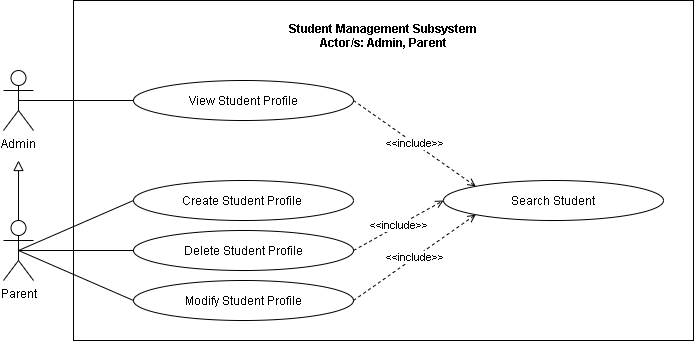
mrklglsn/CAPSTONE-FILES keeps this draw.io diagram as REVISIONS/UML-DIAGRAMS/6-28-2021/USE CASE/1-SMS.png. Above is the earlier version. Source tidied: cells renumbered, new cells last; positions are measured from the earlier drawing's top-left corner, leaving out a move shared by most shapes.
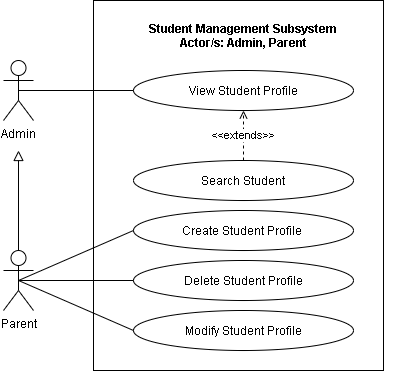
After the change.

What changed in the source:
```diff
@@ -3,7 +3,7 @@
     <mxCell id="0" />
     <mxCell id="1" parent="0" />
     <mxCell id="2" style="html=1;fillColor=none;" parent="1" vertex="1">
-      <mxGeometry x="70" width="620" height="340" as="geometry" />
+      <mxGeometry x="90" y="10" width="290" height="370" as="geometry" />
     </mxCell>
     <mxCell id="3" style="edgeStyle=none;rounded=0;jumpStyle=arc;jumpSize=14;jettySize=auto;html=1;exitX=0.5;exitY=0.5;exitDx=0;exitDy=0;exitPerimeter=0;entryX=0;entryY=0.5;entryDx=0;entryDy=0;startArrow=none;startFill=0;endArrow=none;endFill=0;startSize=11;endSize=11;" parent="1" edge="1" source="7" target="11">
       <mxGeometry relative="1" as="geometry" />
@@ -20,7 +20,7 @@
       </mxGeometry>
     </mxCell>
     <mxCell id="7" value="Parent" style="shape=umlActor;verticalLabelPosition=bottom;verticalAlign=top;html=1;fillColor=none;" parent="1" vertex="1">
-      <mxGeometry y="220" width="30" height="60" as="geometry" />
+      <mxGeometry y="260" width="30" height="60" as="geometry" />
     </mxCell>
     <mxCell id="8" style="edgeStyle=none;rounded=0;jettySize=auto;html=1;exitX=0.5;exitY=0.5;exitDx=0;exitDy=0;exitPerimeter=0;entryX=0;entryY=0.5;entryDx=0;entryDy=0;endArrow=none;endFill=0;jumpStyle=arc;jumpSize=10;" parent="1" edge="1" source="9" target="13">
       <mxGeometry relative="1" as="geometry" />
@@ -29,31 +29,25 @@
       <mxGeometry y="70" width="30" height="60" as="geometry" />
     </mxCell>
     <mxCell id="10" value="Student Management Subsystem&#10;Actor/s: Admin, Parent" style="text;align=center;fontStyle=1;verticalAlign=middle;spacingLeft=3;spacingRight=3;strokeColor=none;fillColor=none;" parent="1" vertex="1">
-      <mxGeometry x="220" y="20" width="320" height="30" as="geometry" />
+      <mxGeometry x="80" y="30" width="320" height="30" as="geometry" />
     </mxCell>
     <mxCell id="11" value="Create Student Profile&amp;nbsp;" style="ellipse;whiteSpace=wrap;html=1;fillColor=none;" parent="1" vertex="1">
-      <mxGeometry x="130" y="180" width="220" height="40" as="geometry" />
+      <mxGeometry x="130" y="220" width="220" height="40" as="geometry" />
     </mxCell>
-    <mxCell id="12" value="&amp;lt;&amp;lt;include&amp;gt;&amp;gt;" style="edgeStyle=none;rounded=0;jumpStyle=arc;jumpSize=10;jettySize=auto;html=1;exitX=1;exitY=0.5;exitDx=0;exitDy=0;entryX=0;entryY=0;entryDx=0;entryDy=0;dashed=1;endArrow=open;endFill=0;" parent="1" edge="1" source="13" target="18">
+    <mxCell id="12" value="&amp;lt;&amp;lt;extends&amp;gt;&amp;gt;" style="edgeStyle=none;rounded=0;jumpStyle=arc;jumpSize=10;jettySize=auto;html=1;exitX=0.5;exitY=0;exitDx=0;exitDy=0;entryX=0.5;entryY=1;entryDx=0;entryDy=0;dashed=1;endArrow=open;endFill=0;" parent="1" edge="1" source="18" target="13">
       <mxGeometry relative="1" as="geometry" />
     </mxCell>
     <mxCell id="13" value="View Student Profile" style="ellipse;whiteSpace=wrap;html=1;fillColor=none;" parent="1" vertex="1">
       <mxGeometry x="130" y="80" width="220" height="40" as="geometry" />
     </mxCell>
-    <mxCell id="14" value="&amp;lt;&amp;lt;include&amp;gt;&amp;gt;" style="edgeStyle=none;rounded=0;jumpStyle=arc;jumpSize=10;jettySize=auto;html=1;exitX=1;exitY=0.5;exitDx=0;exitDy=0;entryX=0;entryY=1;entryDx=0;entryDy=0;dashed=1;endArrow=open;endFill=0;" parent="1" edge="1" source="15" target="18">
-      <mxGeometry relative="1" as="geometry" />
-    </mxCell>
     <mxCell id="15" value="Modify Student Profile" style="ellipse;whiteSpace=wrap;html=1;fillColor=none;" parent="1" vertex="1">
-      <mxGeometry x="130" y="280" width="220" height="40" as="geometry" />
+      <mxGeometry x="130" y="320" width="220" height="40" as="geometry" />
     </mxCell>
-    <mxCell id="16" value="&amp;lt;&amp;lt;include&amp;gt;&amp;gt;" style="edgeStyle=none;rounded=0;jumpStyle=arc;jumpSize=10;jettySize=auto;html=1;exitX=1;exitY=0.5;exitDx=0;exitDy=0;entryX=0;entryY=0.5;entryDx=0;entryDy=0;dashed=1;endArrow=open;endFill=0;" parent="1" edge="1" source="17" target="18">
-      <mxGeometry relative="1" as="geometry" />
-    </mxCell>
     <mxCell id="17" value="Delete Student Profile" style="ellipse;whiteSpace=wrap;html=1;fillColor=none;" parent="1" vertex="1">
-      <mxGeometry x="130" y="230" width="220" height="40" as="geometry" />
+      <mxGeometry x="130" y="270" width="220" height="40" as="geometry" />
     </mxCell>
     <mxCell id="18" value="Search Student" style="ellipse;whiteSpace=wrap;html=1;fillColor=none;" parent="1" vertex="1">
-      <mxGeometry x="440" y="180" width="220" height="40" as="geometry" />
+      <mxGeometry x="130" y="170" width="220" height="40" as="geometry" />
     </mxCell>
   </root>
 </mxGraphModel>
```
